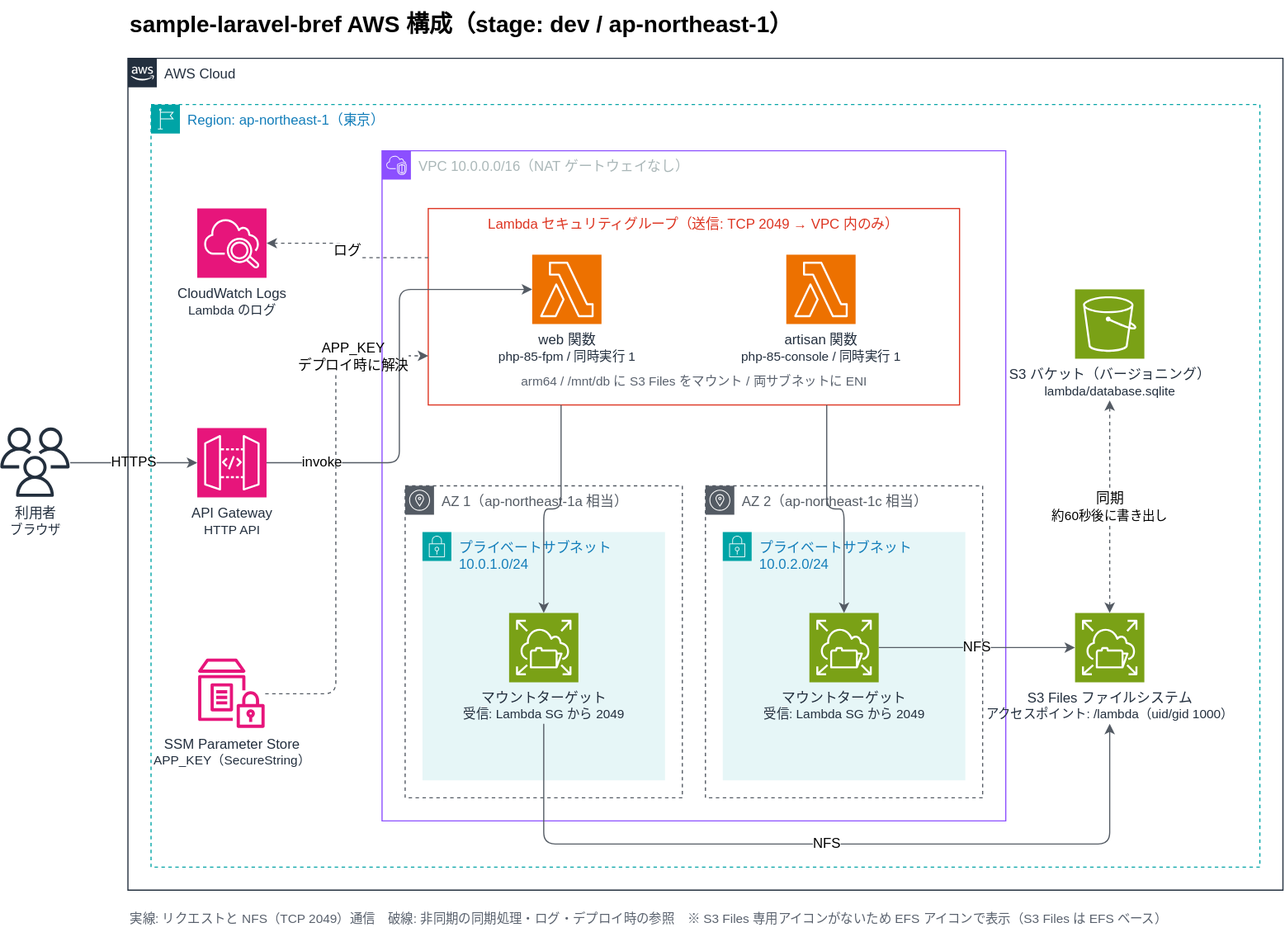
Earlier version of the draw.io export docs/architecture.drawio.svg (takyafumin/sample-laravel-bref). Source tidied: cells renumbered, new cells last; positions are measured from the earlier drawing's top-left corner, leaving out a move shared by most shapes. The source it was exported from:
```xml
<mxGraphModel>
  <root>
    <mxCell id="0" />
    <mxCell id="1" parent="0" />
    <mxCell id="2" value="sample-laravel-bref AWS 構成（stage: dev / ap-northeast-1）" style="text;html=1;fontSize=20;fontStyle=1;align=left;verticalAlign=middle;" parent="1" vertex="1">
      <mxGeometry x="110" width="760" height="40" as="geometry" />
    </mxCell>
    <mxCell id="3" value="利用者&lt;br&gt;&lt;font style=&quot;font-size: 11px;&quot;&gt;ブラウザ&lt;/font&gt;" style="sketch=0;outlineConnect=0;fontColor=#232F3E;gradientColor=none;fillColor=#232F3D;strokeColor=none;dashed=0;verticalLabelPosition=bottom;verticalAlign=top;align=center;html=1;fontSize=12;fontStyle=0;shape=mxgraph.aws4.users;labelPerimeter=1;" parent="1" vertex="1">
      <mxGeometry y="370" width="60" height="60" as="geometry" />
    </mxCell>
    <mxCell id="4" value="AWS Cloud" style="gradientColor=none;html=1;whiteSpace=wrap;fontSize=12;fontStyle=0;shape=mxgraph.aws4.group;grIcon=mxgraph.aws4.group_aws_cloud_alt;strokeColor=#232F3E;fillColor=none;verticalAlign=top;align=left;spacingLeft=30;fontColor=#232F3E;dashed=0;" parent="1" vertex="1">
      <mxGeometry x="110" y="50" width="1000" height="720" as="geometry" />
    </mxCell>
    <mxCell id="5" value="Region: ap-northeast-1（東京）" style="gradientColor=none;html=1;whiteSpace=wrap;fontSize=12;fontStyle=0;shape=mxgraph.aws4.group;grIcon=mxgraph.aws4.group_region;strokeColor=#00A4A6;fillColor=none;verticalAlign=top;align=left;spacingLeft=30;fontColor=#147EBA;dashed=1;" parent="4" vertex="1">
      <mxGeometry x="20" y="40" width="960" height="660" as="geometry" />
    </mxCell>
    <mxCell id="6" value="CloudWatch Logs&lt;br&gt;&lt;font style=&quot;font-size: 11px;&quot;&gt;Lambda のログ&lt;/font&gt;" style="sketch=0;points=[[0,0,0],[0.25,0,0],[0.5,0,0],[0.75,0,0],[1,0,0],[0,1,0],[0.25,1,0],[0.5,1,0],[0.75,1,0],[1,1,0],[0,0.25,0],[0,0.5,0],[0,0.75,0],[1,0.25,0],[1,0.5,0],[1,0.75,0]];outlineConnect=0;fontColor=#232F3E;fillColor=#E7157B;strokeColor=#ffffff;dashed=0;verticalLabelPosition=bottom;verticalAlign=top;align=center;html=1;fontSize=12;fontStyle=0;shape=mxgraph.aws4.resourceIcon;resIcon=mxgraph.aws4.cloudwatch_2;labelPerimeter=1;" parent="5" vertex="1">
      <mxGeometry x="40" y="90" width="60" height="60" as="geometry" />
    </mxCell>
    <mxCell id="7" value="API Gateway&lt;br&gt;&lt;font style=&quot;font-size: 11px;&quot;&gt;HTTP API&lt;/font&gt;" style="sketch=0;points=[[0,0,0],[0.25,0,0],[0.5,0,0],[0.75,0,0],[1,0,0],[0,1,0],[0.25,1,0],[0.5,1,0],[0.75,1,0],[1,1,0],[0,0.25,0],[0,0.5,0],[0,0.75,0],[1,0.25,0],[1,0.5,0],[1,0.75,0]];outlineConnect=0;fontColor=#232F3E;fillColor=#E7157B;strokeColor=#ffffff;dashed=0;verticalLabelPosition=bottom;verticalAlign=top;align=center;html=1;fontSize=12;fontStyle=0;shape=mxgraph.aws4.resourceIcon;resIcon=mxgraph.aws4.api_gateway;labelPerimeter=1;" parent="5" vertex="1">
      <mxGeometry x="40" y="280" width="60" height="60" as="geometry" />
    </mxCell>
    <mxCell id="8" value="SSM Parameter Store&lt;br&gt;&lt;font style=&quot;font-size: 11px;&quot;&gt;APP_KEY（SecureString）&lt;/font&gt;" style="sketch=0;outlineConnect=0;fontColor=#232F3E;gradientColor=none;fillColor=#E7157B;strokeColor=none;dashed=0;verticalLabelPosition=bottom;verticalAlign=top;align=center;html=1;fontSize=12;fontStyle=0;shape=mxgraph.aws4.parameter_store;labelPerimeter=1;" parent="5" vertex="1">
      <mxGeometry x="41" y="480" width="58" height="60" as="geometry" />
    </mxCell>
    <mxCell id="9" value="VPC 10.0.0.0/16（NAT ゲートウェイなし）" style="gradientColor=none;html=1;whiteSpace=wrap;fontSize=12;fontStyle=0;shape=mxgraph.aws4.group;grIcon=mxgraph.aws4.group_vpc2;strokeColor=#8C4FFF;fillColor=none;verticalAlign=top;align=left;spacingLeft=30;fontColor=#AAB7B8;dashed=0;" parent="5" vertex="1">
      <mxGeometry x="200" y="40" width="540" height="580" as="geometry" />
    </mxCell>
    <mxCell id="10" value="Lambda セキュリティグループ（送信: TCP 2049 → VPC 内のみ）" style="fillColor=none;strokeColor=#DD3522;verticalAlign=top;fontStyle=0;fontColor=#DD3522;whiteSpace=wrap;html=1;fontSize=12;" parent="9" vertex="1">
      <mxGeometry x="40" y="50" width="460" height="170" as="geometry" />
    </mxCell>
    <mxCell id="11" value="web 関数&lt;br&gt;&lt;font style=&quot;font-size: 11px;&quot;&gt;php-85-fpm / 同時実行 1&lt;/font&gt;" style="sketch=0;points=[[0,0,0],[0.25,0,0],[0.5,0,0],[0.75,0,0],[1,0,0],[0,1,0],[0.25,1,0],[0.5,1,0],[0.75,1,0],[1,1,0],[0,0.25,0],[0,0.5,0],[0,0.75,0],[1,0.25,0],[1,0.5,0],[1,0.75,0]];outlineConnect=0;fontColor=#232F3E;fillColor=#ED7100;strokeColor=#ffffff;dashed=0;verticalLabelPosition=bottom;verticalAlign=top;align=center;html=1;fontSize=12;fontStyle=0;shape=mxgraph.aws4.resourceIcon;resIcon=mxgraph.aws4.lambda;labelPerimeter=1;" parent="10" vertex="1">
      <mxGeometry x="90" y="40" width="60" height="60" as="geometry" />
    </mxCell>
    <mxCell id="12" value="artisan 関数&lt;br&gt;&lt;font style=&quot;font-size: 11px;&quot;&gt;php-85-console / 同時実行 1&lt;/font&gt;" style="sketch=0;fontColor=#232F3E;fillColor=#ED7100;strokeColor=#ffffff;dashed=0;verticalLabelPosition=bottom;verticalAlign=top;align=center;html=1;fontSize=12;fontStyle=0;shape=mxgraph.aws4.resourceIcon;resIcon=mxgraph.aws4.lambda;labelPerimeter=1;" parent="10" vertex="1">
      <mxGeometry x="310" y="40" width="60" height="60" as="geometry" />
    </mxCell>
    <mxCell id="13" value="arm64 / /mnt/db に S3 Files をマウント / 両サブネットに ENI" style="text;html=1;fontSize=11;fontColor=#5A626E;align=center;verticalAlign=middle;" parent="10" vertex="1">
      <mxGeometry x="40" y="140" width="380" height="20" as="geometry" />
    </mxCell>
    <mxCell id="14" value="AZ 1（ap-northeast-1a 相当）" style="sketch=0;gradientColor=none;html=1;whiteSpace=wrap;fontSize=12;fontStyle=0;shape=mxgraph.aws4.group;grIcon=mxgraph.aws4.group_availability_zone;strokeColor=#545B64;fillColor=none;verticalAlign=top;align=left;spacingLeft=30;fontColor=#545B64;dashed=1;" parent="9" vertex="1">
      <mxGeometry x="20" y="290" width="240" height="270" as="geometry" />
    </mxCell>
    <mxCell id="15" value="プライベートサブネット&lt;br&gt;10.0.1.0/24" style="gradientColor=none;html=1;whiteSpace=wrap;fontSize=12;fontStyle=0;shape=mxgraph.aws4.group;grIcon=mxgraph.aws4.group_security_group;grStroke=0;strokeColor=#00A4A6;fillColor=#E6F6F7;verticalAlign=top;align=left;spacingLeft=30;fontColor=#147EBA;dashed=0;" parent="14" vertex="1">
      <mxGeometry x="15" y="40" width="210" height="215" as="geometry" />
    </mxCell>
    <mxCell id="16" value="マウントターゲット&lt;br&gt;&lt;font style=&quot;font-size: 11px;&quot;&gt;受信: Lambda SG から 2049&lt;/font&gt;" style="sketch=0;points=[[0,0,0],[0.25,0,0],[0.5,0,0],[0.75,0,0],[1,0,0],[0,1,0],[0.25,1,0],[0.5,1,0],[0.75,1,0],[1,1,0],[0,0.25,0],[0,0.5,0],[0,0.75,0],[1,0.25,0],[1,0.5,0],[1,0.75,0]];outlineConnect=0;fontColor=#232F3E;fillColor=#7AA116;strokeColor=#ffffff;dashed=0;verticalLabelPosition=bottom;verticalAlign=top;align=center;html=1;fontSize=12;fontStyle=0;shape=mxgraph.aws4.resourceIcon;resIcon=mxgraph.aws4.elastic_file_system;labelPerimeter=1;" parent="15" vertex="1">
      <mxGeometry x="75" y="70" width="60" height="60" as="geometry" />
    </mxCell>
    <mxCell id="17" value="AZ 2（ap-northeast-1c 相当）" style="sketch=0;gradientColor=none;html=1;whiteSpace=wrap;fontSize=12;fontStyle=0;shape=mxgraph.aws4.group;grIcon=mxgraph.aws4.group_availability_zone;strokeColor=#545B64;fillColor=none;verticalAlign=top;align=left;spacingLeft=30;fontColor=#545B64;dashed=1;" parent="9" vertex="1">
      <mxGeometry x="280" y="290" width="240" height="270" as="geometry" />
    </mxCell>
    <mxCell id="18" value="プライベートサブネット&lt;br&gt;10.0.2.0/24" style="gradientColor=none;html=1;whiteSpace=wrap;fontSize=12;fontStyle=0;shape=mxgraph.aws4.group;grIcon=mxgraph.aws4.group_security_group;grStroke=0;strokeColor=#00A4A6;fillColor=#E6F6F7;verticalAlign=top;align=left;spacingLeft=30;fontColor=#147EBA;dashed=0;" parent="17" vertex="1">
      <mxGeometry x="15" y="40" width="210" height="215" as="geometry" />
    </mxCell>
    <mxCell id="19" value="マウントターゲット&lt;br&gt;&lt;font style=&quot;font-size: 11px;&quot;&gt;受信: Lambda SG から 2049&lt;/font&gt;" style="sketch=0;points=[[0,0,0],[0.25,0,0],[0.5,0,0],[0.75,0,0],[1,0,0],[0,1,0],[0.25,1,0],[0.5,1,0],[0.75,1,0],[1,1,0],[0,0.25,0],[0,0.5,0],[0,0.75,0],[1,0.25,0],[1,0.5,0],[1,0.75,0]];outlineConnect=0;fontColor=#232F3E;fillColor=#7AA116;strokeColor=#ffffff;dashed=0;verticalLabelPosition=bottom;verticalAlign=top;align=center;html=1;fontSize=12;fontStyle=0;shape=mxgraph.aws4.resourceIcon;resIcon=mxgraph.aws4.elastic_file_system;labelPerimeter=1;" parent="18" vertex="1">
      <mxGeometry x="75" y="70" width="60" height="60" as="geometry" />
    </mxCell>
    <mxCell id="20" style="edgeStyle=orthogonalEdgeStyle;rounded=1;html=1;strokeColor=#545B64;fontSize=12;labelBackgroundColor=default;defaultLabelBackgroundColor=page;exitX=0.25;exitY=1;exitDx=0;exitDy=0;" parent="9" edge="1" source="10" target="16">
      <mxGeometry relative="1" as="geometry" />
    </mxCell>
    <mxCell id="21" style="edgeStyle=orthogonalEdgeStyle;rounded=1;html=1;strokeColor=#545B64;fontSize=12;labelBackgroundColor=default;defaultLabelBackgroundColor=page;exitX=0.75;exitY=1;exitDx=0;exitDy=0;" parent="9" edge="1" source="10" target="19">
      <mxGeometry relative="1" as="geometry" />
    </mxCell>
    <mxCell id="22" value="S3 Files ファイルシステム&lt;br&gt;&lt;font style=&quot;font-size: 11px;&quot;&gt;アクセスポイント: /lambda（uid/gid 1000）&lt;/font&gt;" style="sketch=0;points=[[0,0,0],[0.25,0,0],[0.5,0,0],[0.75,0,0],[1,0,0],[0,1,0],[0.25,1,0],[0.5,1,0],[0.75,1,0],[1,1,0],[0,0.25,0],[0,0.5,0],[0,0.75,0],[1,0.25,0],[1,0.5,0],[1,0.75,0]];outlineConnect=0;fontColor=#232F3E;fillColor=#7AA116;strokeColor=#ffffff;dashed=0;verticalLabelPosition=bottom;verticalAlign=top;align=center;html=1;fontSize=12;fontStyle=0;shape=mxgraph.aws4.resourceIcon;resIcon=mxgraph.aws4.elastic_file_system;labelPerimeter=1;" parent="5" vertex="1">
      <mxGeometry x="800" y="440" width="60" height="60" as="geometry" />
    </mxCell>
    <mxCell id="23" value="S3 バケット（バージョニング）&lt;br&gt;&lt;font style=&quot;font-size: 11px;&quot;&gt;lambda/database.sqlite&lt;/font&gt;" style="sketch=0;points=[[0,0,0],[0.25,0,0],[0.5,0,0],[0.75,0,0],[1,0,0],[0,1,0],[0.25,1,0],[0.5,1,0],[0.75,1,0],[1,1,0],[0,0.25,0],[0,0.5,0],[0,0.75,0],[1,0.25,0],[1,0.5,0],[1,0.75,0]];outlineConnect=0;fontColor=#232F3E;fillColor=#7AA116;strokeColor=#ffffff;dashed=0;verticalLabelPosition=bottom;verticalAlign=top;align=center;html=1;fontSize=12;fontStyle=0;shape=mxgraph.aws4.resourceIcon;resIcon=mxgraph.aws4.s3;labelPerimeter=1;" parent="5" vertex="1">
      <mxGeometry x="800" y="160" width="60" height="60" as="geometry" />
    </mxCell>
    <mxCell id="24" value="invoke" style="edgeStyle=orthogonalEdgeStyle;rounded=1;html=1;strokeColor=#545B64;fontSize=12;labelBackgroundColor=default;defaultLabelBackgroundColor=page;exitX=1;exitY=0.5;exitDx=0;exitDy=0;entryX=0;entryY=0.5;entryDx=0;entryDy=0;" parent="5" edge="1" source="7" target="11">
      <mxGeometry x="-0.75" relative="1" as="geometry" />
    </mxCell>
    <mxCell id="25" value="NFS" style="edgeStyle=orthogonalEdgeStyle;rounded=1;html=1;strokeColor=#545B64;fontSize=12;labelBackgroundColor=default;defaultLabelBackgroundColor=page;exitX=1;exitY=0.5;exitDx=0;exitDy=0;entryX=0;entryY=0.5;entryDx=0;entryDy=0;" parent="5" edge="1" source="19" target="22">
      <mxGeometry relative="1" as="geometry" />
    </mxCell>
    <mxCell id="26" value="NFS" style="edgeStyle=orthogonalEdgeStyle;rounded=1;html=1;strokeColor=#545B64;fontSize=12;labelBackgroundColor=default;defaultLabelBackgroundColor=page;exitX=0.5;exitY=1;exitDx=0;exitDy=0;entryX=0.5;entryY=1;entryDx=0;entryDy=0;" parent="5" edge="1" source="16" target="22">
      <mxGeometry relative="1" as="geometry">
        <Array as="points">
          <mxPoint x="340" y="640" />
          <mxPoint x="830" y="640" />
        </Array>
      </mxGeometry>
    </mxCell>
    <mxCell id="27" value="同期&lt;br&gt;&lt;font style=&quot;font-size: 11px;&quot;&gt;約60秒後に書き出し&lt;/font&gt;" style="edgeStyle=orthogonalEdgeStyle;rounded=1;html=1;strokeColor=#545B64;fontSize=12;dashed=1;startArrow=classic;labelBackgroundColor=default;defaultLabelBackgroundColor=page;" parent="5" edge="1" source="22" target="23">
      <mxGeometry relative="1" as="geometry" />
    </mxCell>
    <mxCell id="28" value="APP_KEY&lt;br&gt;デプロイ時に解決" style="edgeStyle=orthogonalEdgeStyle;rounded=1;html=1;strokeColor=#545B64;fontSize=12;dashed=1;labelBackgroundColor=default;defaultLabelBackgroundColor=page;exitX=1;exitY=0.5;exitDx=0;exitDy=0;entryX=0;entryY=0.75;entryDx=0;entryDy=0;" parent="5" edge="1" source="8" target="10">
      <mxGeometry x="0.7" relative="1" as="geometry">
        <Array as="points">
          <mxPoint x="160" y="510" />
          <mxPoint x="160" y="217" />
        </Array>
      </mxGeometry>
    </mxCell>
    <mxCell id="29" value="ログ" style="edgeStyle=orthogonalEdgeStyle;rounded=1;html=1;strokeColor=#545B64;fontSize=12;dashed=1;labelBackgroundColor=default;defaultLabelBackgroundColor=page;exitX=0;exitY=0.25;exitDx=0;exitDy=0;entryX=1;entryY=0.5;entryDx=0;entryDy=0;" parent="5" edge="1" source="10" target="6">
      <mxGeometry relative="1" as="geometry" />
    </mxCell>
    <mxCell id="30" value="HTTPS" style="edgeStyle=orthogonalEdgeStyle;rounded=1;html=1;strokeColor=#545B64;fontSize=12;labelBackgroundColor=default;defaultLabelBackgroundColor=page;" parent="1" edge="1" source="3" target="7">
      <mxGeometry relative="1" as="geometry" />
    </mxCell>
    <mxCell id="31" value="実線: リクエストと NFS（TCP 2049）通信　破線: 非同期の同期処理・ログ・デプロイ時の参照　※ S3 Files 専用アイコンがないため EFS アイコンで表示（S3 Files は EFS ベース）" style="text;html=1;fontSize=11;fontColor=#5A626E;align=left;verticalAlign=middle;whiteSpace=wrap;" parent="1" vertex="1">
      <mxGeometry x="110" y="780" width="1000" height="30" as="geometry" />
    </mxCell>
  </root>
</mxGraphModel>
```
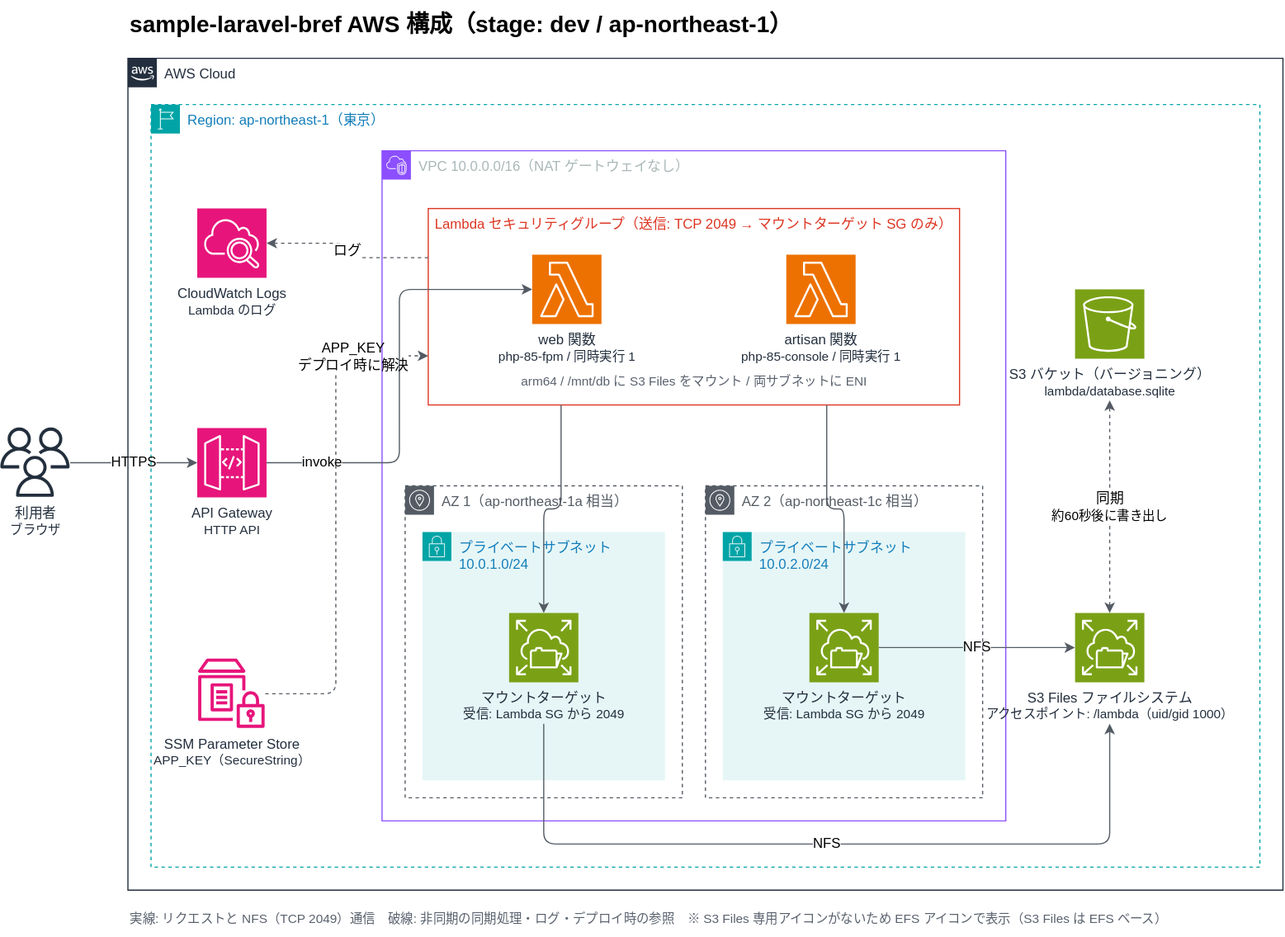
After the commit.

Commit message:
Restrict Lambda NFS egress to the mount target security group

Address Copilot review: the Lambda security group allowed TCP 2049 to the
whole VPC CIDR. The egress rule now targets MountTargetSecurityGroup via a
separate AWS::EC2::SecurityGroupEgress (avoids a circular reference), and a
placeholder rule replaces the default allow-all egress. Functions depend on
the new rule. Diagram and design doc updated.

Refs #2

Diff of the diagram source:
```diff
@@ -26,7 +26,7 @@
     <mxCell id="9" value="VPC 10.0.0.0/16（NAT ゲートウェイなし）" style="gradientColor=none;html=1;whiteSpace=wrap;fontSize=12;fontStyle=0;shape=mxgraph.aws4.group;grIcon=mxgraph.aws4.group_vpc2;strokeColor=#8C4FFF;fillColor=none;verticalAlign=top;align=left;spacingLeft=30;fontColor=#AAB7B8;dashed=0;" parent="5" vertex="1">
       <mxGeometry x="200" y="40" width="540" height="580" as="geometry" />
     </mxCell>
-    <mxCell id="10" value="Lambda セキュリティグループ（送信: TCP 2049 → VPC 内のみ）" style="fillColor=none;strokeColor=#DD3522;verticalAlign=top;fontStyle=0;fontColor=#DD3522;whiteSpace=wrap;html=1;fontSize=12;" parent="9" vertex="1">
+    <mxCell id="10" value="Lambda セキュリティグループ（送信: TCP 2049 → マウントターゲット SG のみ）" style="fillColor=none;strokeColor=#DD3522;verticalAlign=top;fontStyle=0;fontColor=#DD3522;whiteSpace=wrap;html=1;fontSize=12;" parent="9" vertex="1">
       <mxGeometry x="40" y="50" width="460" height="170" as="geometry" />
     </mxCell>
     <mxCell id="11" value="web 関数&lt;br&gt;&lt;font style=&quot;font-size: 11px;&quot;&gt;php-85-fpm / 同時実行 1&lt;/font&gt;" style="sketch=0;points=[[0,0,0],[0.25,0,0],[0.5,0,0],[0.75,0,0],[1,0,0],[0,1,0],[0.25,1,0],[0.5,1,0],[0.75,1,0],[1,1,0],[0,0.25,0],[0,0.5,0],[0,0.75,0],[1,0.25,0],[1,0.5,0],[1,0.75,0]];outlineConnect=0;fontColor=#232F3E;fillColor=#ED7100;strokeColor=#ffffff;dashed=0;verticalLabelPosition=bottom;verticalAlign=top;align=center;html=1;fontSize=12;fontStyle=0;shape=mxgraph.aws4.resourceIcon;resIcon=mxgraph.aws4.lambda;labelPerimeter=1;" parent="10" vertex="1">
```
